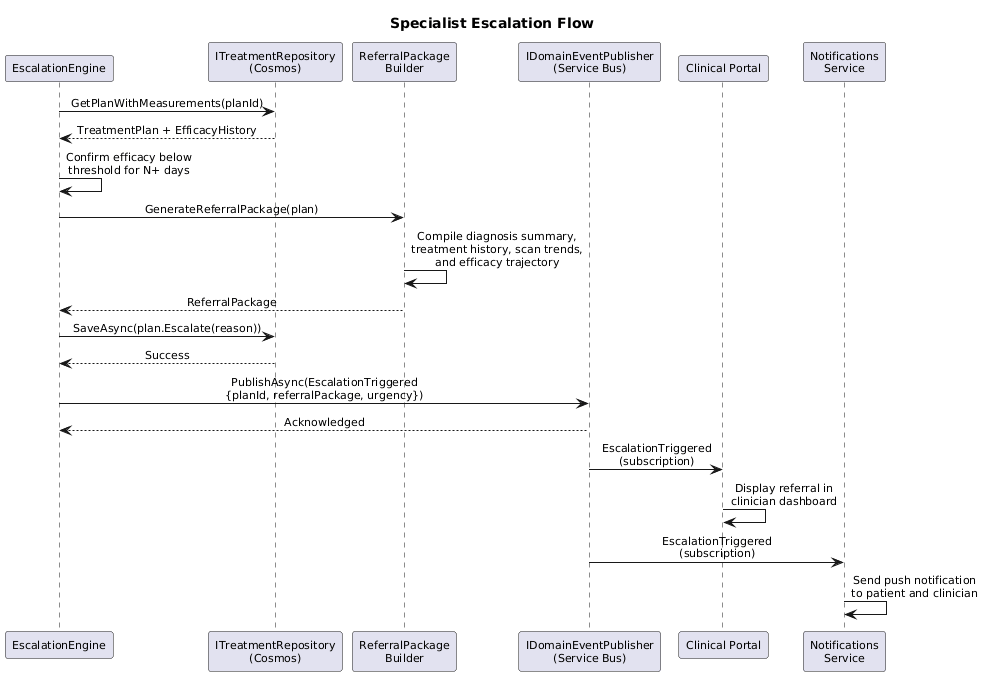
Above: docs/detailed-design/07-treatment-orchestration/seq-escalation.png in QuinntyneBrown/ClearEyeQ (PlantUML), before the change.
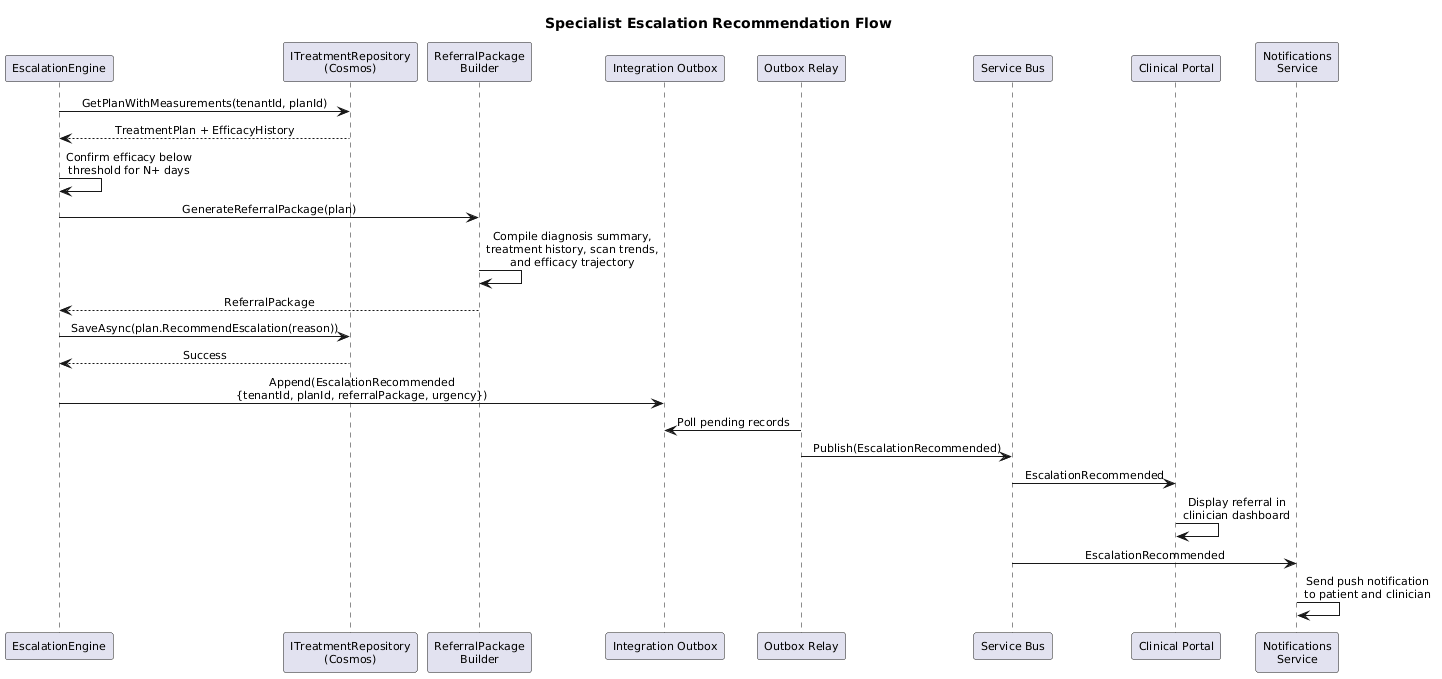
The same diagram one commit later.

Change to the diagram source:
```diff
@@ -1,5 +1,5 @@
 @startuml
-title Specialist Escalation Flow
+title Specialist Escalation Recommendation Flow
 
 skinparam defaultFontSize 11
 skinparam sequenceMessageAlign center
@@ -7,11 +7,13 @@
 participant "EscalationEngine" as Engine
 participant "ITreatmentRepository\n(Cosmos)" as Repo
 participant "ReferralPackage\nBuilder" as Builder
-participant "IDomainEventPublisher\n(Service Bus)" as Publisher
+participant "Integration Outbox" as Outbox
+participant "Outbox Relay" as Relay
+participant "Service Bus" as Bus
 participant "Clinical Portal" as Portal
 participant "Notifications\nService" as Notify
 
-Engine -> Repo : GetPlanWithMeasurements(planId)
+Engine -> Repo : GetPlanWithMeasurements(tenantId, planId)
 Repo --> Engine : TreatmentPlan + EfficacyHistory
 
 Engine -> Engine : Confirm efficacy below\nthreshold for N+ days
@@ -20,15 +22,16 @@
 Builder -> Builder : Compile diagnosis summary,\ntreatment history, scan trends,\nand efficacy trajectory
 Builder --> Engine : ReferralPackage
 
-Engine -> Repo : SaveAsync(plan.Escalate(reason))
+Engine -> Repo : SaveAsync(plan.RecommendEscalation(reason))
 Repo --> Engine : Success
 
-Engine -> Publisher : PublishAsync(EscalationTriggered\n{planId, referralPackage, urgency})
-Publisher --> Engine : Acknowledged
+Engine -> Outbox : Append(EscalationRecommended\n{tenantId, planId, referralPackage, urgency})
+Relay -> Outbox : Poll pending records
+Relay -> Bus : Publish(EscalationRecommended)
 
-Publisher -> Portal : EscalationTriggered\n(subscription)
+Bus -> Portal : EscalationRecommended
 Portal -> Portal : Display referral in\nclinician dashboard
 
-Publisher -> Notify : EscalationTriggered\n(subscription)
+Bus -> Notify : EscalationRecommended
 Notify -> Notify : Send push notification\nto patient and clinician
 @enduml
```
